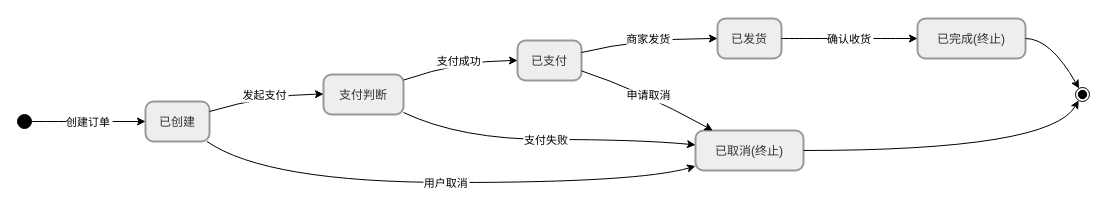
This is 状态机图.drawio from lj199117/draw.io, a draw.io file, before an edit. Source tidied: cells renumbered, new cells numbered last; positions are measured from the earlier drawing's top-left corner, leaving out a move shared by most shapes. Both pictures are drawn from the tidied source at 100%, with x=0, y=0 at pixel (17, 18).
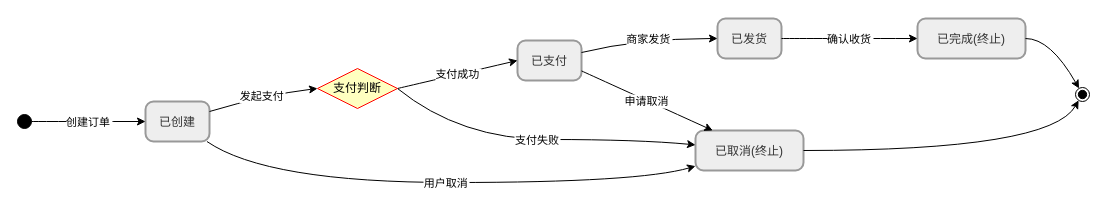
After the change.

Commit message:
更新状态机图.drawio

The change refers to these unchanged cells:
```xml
<mxCell id="3" value="已创建" style="rounded=1;arcSize=20;strokeWidth=2;fillColor=light-dark(#eeeeee,#1f2020);strokeColor=light-dark(#999999,#cccccc);fontColor=light-dark(#333333,#cccccc);" parent="1" vertex="1">
  <mxGeometry x="128" y="83" width="64" height="40" as="geometry" />
</mxCell>
<mxCell id="4" value="已支付" style="rounded=1;arcSize=20;strokeWidth=2;fillColor=light-dark(#eeeeee,#1f2020);strokeColor=light-dark(#999999,#cccccc);fontColor=light-dark(#333333,#cccccc);" parent="1" vertex="1">
  <mxGeometry x="500" y="22" width="64" height="40" as="geometry" />
</mxCell>
<mxCell id="7" value="已取消(终止)" style="rounded=1;arcSize=20;strokeWidth=2;fillColor=light-dark(#eeeeee,#1f2020);strokeColor=light-dark(#999999,#cccccc);fontColor=light-dark(#333333,#cccccc);" parent="1" vertex="1">
  <mxGeometry x="678" y="112" width="108" height="40" as="geometry" />
</mxCell>
```

What changed in the source:
```diff
@@
-    <mxCell id="6" value="支付判断" style="rounded=1;arcSize=20;strokeWidth=2;fillColor=light-dark(#eeeeee,#1f2020);strokeColor=light-dark(#999999,#cccccc);fontColor=light-dark(#333333,#cccccc);" parent="1" vertex="1">
-      <mxGeometry x="306" y="56" width="80" height="40" as="geometry" />
-    </mxCell>
@@
-    <mxCell id="11" value="发起支付" style="curved=1;startArrow=none;fillColor=none;exitX=1;exitY=0.25;entryX=0;entryY=0.49;rounded=0;" parent="1" edge="1" source="3" target="6">
+    <mxCell id="11" value="发起支付" style="curved=1;startArrow=none;fillColor=none;exitX=1;exitY=0.25;entryX=0;entryY=0.5;rounded=0;entryDx=0;entryDy=0;" parent="1" edge="1" source="3" target="6">
       <mxGeometry relative="1" as="geometry">
         <Array as="points">
           <mxPoint x="249" y="76" />
         </Array>
       </mxGeometry>
     </mxCell>
-    <mxCell id="12" value="支付成功" style="curved=1;startArrow=none;fillColor=none;exitX=1;exitY=0.14;entryX=0;entryY=0.5;rounded=0;" parent="1" edge="1" source="6" target="4">
-      <mxGeometry relative="1" as="geometry">
-        <Array as="points">
-          <mxPoint x="443" y="42" />
-        </Array>
-      </mxGeometry>
+    <mxCell id="12" value="支付成功" style="curved=1;startArrow=none;fillColor=none;exitX=1;exitY=0.5;entryX=0;entryY=0.5;rounded=0;exitDx=0;exitDy=0;" parent="1" edge="1" source="6" target="4">
+      <mxGeometry relative="1" as="geometry" />
     </mxCell>
-    <mxCell id="13" value="支付失败" style="curved=1;startArrow=none;fillColor=none;exitX=1;exitY=0.95;entryX=0;entryY=0.36;rounded=0;" parent="1" edge="1" source="6" target="7">
+    <mxCell id="13" value="支付失败" style="curved=1;startArrow=none;fillColor=none;exitX=1;exitY=0.5;entryX=0;entryY=0.36;rounded=0;exitDx=0;exitDy=0;" parent="1" edge="1" source="6" target="7">
       <mxGeometry relative="1" as="geometry">
         <Array as="points">
           <mxPoint x="443" y="121" />
           <mxPoint x="621" y="121" />
         </Array>
       </mxGeometry>
     </mxCell>
@@
     <mxCell id="17" value="申请取消" style="curved=1;startArrow=none;fillColor=none;exitX=1;exitY=0.76;entryX=0.16;entryY=0;rounded=0;" parent="1" edge="1" source="4" target="7">
-      <mxGeometry relative="1" as="geometry">
-        <Array as="points">
-          <mxPoint x="621" y="71" />
-        </Array>
-      </mxGeometry>
+      <mxGeometry relative="1" as="geometry" />
     </mxCell>
@@
+    <mxCell id="6" value="支付判断" style="rhombus;whiteSpace=wrap;html=1;fontColor=#000000;fillColor=#ffffc0;strokeColor=#ff0000;" parent="1" vertex="1">
+      <mxGeometry x="300" y="50" width="80" height="40" as="geometry" />
+    </mxCell>
```
